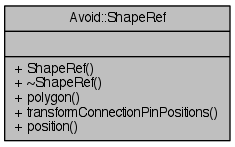
mjwybrow/adaptagrams keeps this Graphviz diagram as documentation/classAvoid_1_1ShapeRef__coll__graph.png. Above is the earlier version. Its source is kept beside it as documentation/classAvoid_1_1ShapeRef__coll__graph.dot.
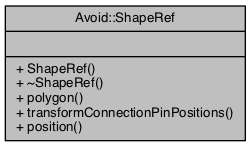
After the commit.

Change to the diagram source:
```diff
@@ -2,5 +2,5 @@
 {
   edge [fontname="Helvetica",fontsize="10",labelfontname="Helvetica",labelfontsize="10"];
   node [fontname="Helvetica",fontsize="10",shape=record];
-  Node1 [label="{Avoid::ShapeRef\n||+ ShapeRef()\l+ ~ShapeRef()\l+ polygon()\l+ transformConnectionPinPositions()\l+ position()\l}",height=0.2,width=0.4,color="black", fillcolor="grey75", style="filled" fontcolor="black"];
+  Node1 [label="{Avoid::ShapeRef\n||+ ShapeRef()\l+ ~ShapeRef()\l+ polygon()\l+ transformConnectionPinPositions()\l+ position()\l}",height=0.2,width=0.4,color="black", fillcolor="grey75", style="filled", fontcolor="black"];
 }
```
